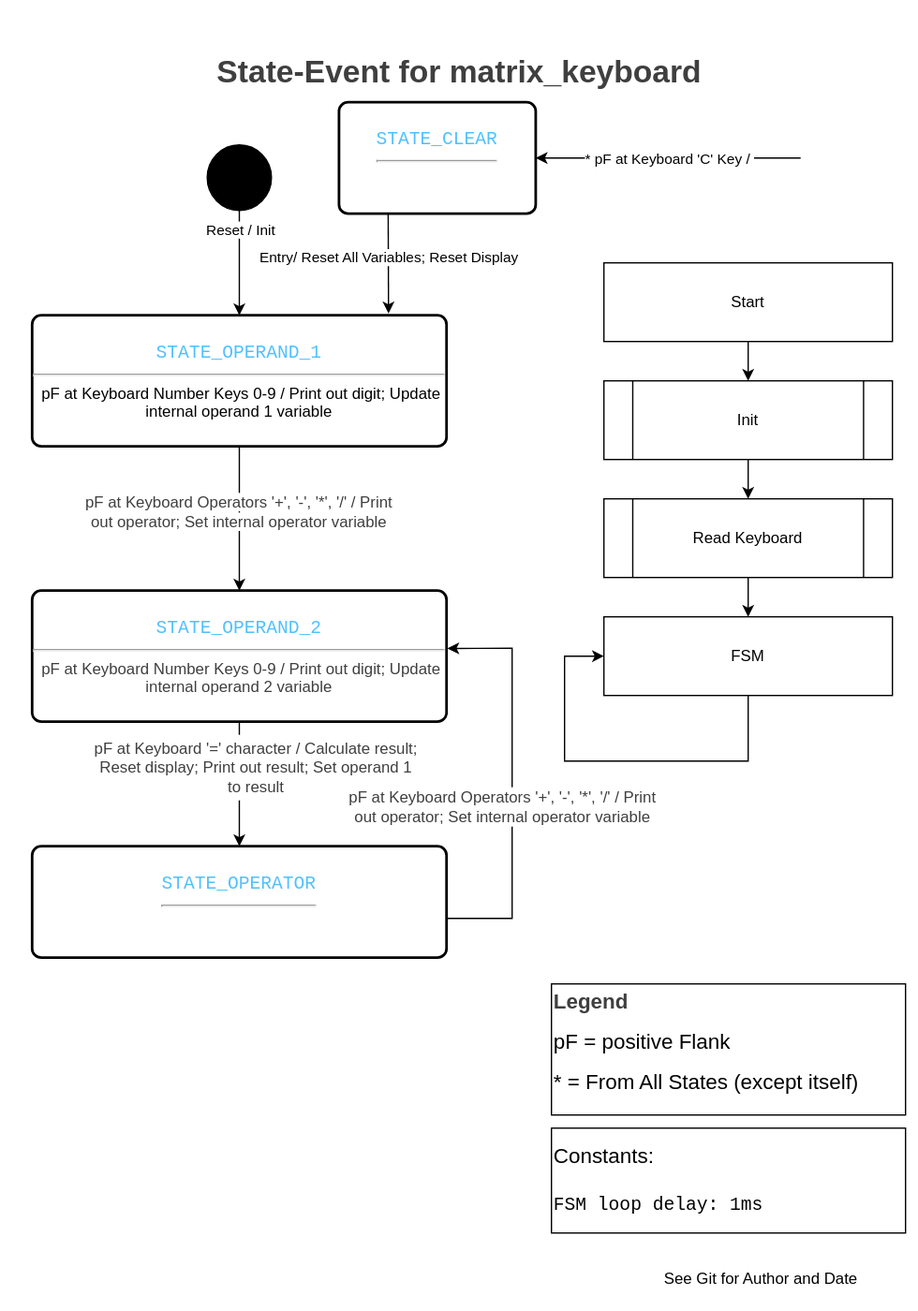
ml3rc/4x4-Matrix-Keyboard-Calculator keeps this draw.io diagram as readme/State-Event.svg. Above is the earlier version. Source tidied: cells renumbered, new cells last; positions are measured from the earlier drawing's top-left corner, leaving out a move shared by most shapes. Its diagram source:
```xml
<mxGraphModel background="#ffffff">
  <root>
    <mxCell id="0" />
    <mxCell id="1" parent="0" />
    <mxCell id="2" style="rounded=0;whiteSpace=wrap;html=1;strokeColor=none;" parent="1" vertex="1">
      <mxGeometry width="700" height="1000" as="geometry" />
    </mxCell>
    <mxCell id="3" value="&lt;h1 style=&quot;color: rgb(63, 63, 63); scrollbar-color: rgb(226, 226, 226) rgb(251, 251, 251); text-wrap-mode: nowrap;&quot;&gt;&lt;b style=&quot;color: rgb(63, 63, 63); scrollbar-color: rgb(226, 226, 226) rgb(251, 251, 251);&quot;&gt;State-Event for matrix_keyboard&lt;/b&gt;&lt;/h1&gt;" style="text;html=1;align=center;verticalAlign=middle;whiteSpace=wrap;rounded=0;" parent="1" vertex="1">
      <mxGeometry y="20" width="700" height="70" as="geometry" />
    </mxCell>
    <mxCell id="4" style="edgeStyle=orthogonalEdgeStyle;rounded=0;jettySize=auto;html=1;exitX=0.5;exitY=1;exitDx=0;exitDy=0;entryX=0.5;entryY=0;entryDx=0;entryDy=0;" parent="1" edge="1" source="10" target="7">
      <mxGeometry relative="1" as="geometry" />
    </mxCell>
    <mxCell id="5" value="&lt;font&gt;Reset / Init&lt;/font&gt;" style="edgeLabel;html=1;align=center;verticalAlign=middle;" parent="4" vertex="1">
      <mxGeometry x="0.3" relative="1" as="geometry">
        <mxPoint y="-38" as="offset" />
      </mxGeometry>
    </mxCell>
    <mxCell id="6" style="edgeStyle=orthogonalEdgeStyle;rounded=0;jettySize=auto;html=1;entryX=0.5;entryY=0;entryDx=0;entryDy=0;exitX=0.5;exitY=1;exitDx=0;exitDy=0;" parent="1" edge="1" source="7" target="22">
      <mxGeometry relative="1" as="geometry" />
    </mxCell>
    <mxCell id="7" value="&lt;div style=&quot;font-family: Consolas, &amp;quot;Courier New&amp;quot;, monospace; font-size: 14px; line-height: 19px; white-space: pre;&quot;&gt;&lt;span style=&quot;color: rgb(79, 193, 255);&quot;&gt;STATE_OPERAND_1&lt;/span&gt;&lt;/div&gt;&lt;hr&gt;&lt;font&gt;&amp;nbsp;pF at Keyboard Number Keys 0-9 / Print out digit; Update internal operand 1 variable&lt;/font&gt;" style="rounded=1;whiteSpace=wrap;html=1;absoluteArcSize=1;arcSize=14;strokeWidth=2;" parent="1" vertex="1">
      <mxGeometry x="24" y="240" width="316" height="100" as="geometry" />
    </mxCell>
    <mxCell id="8" value="&lt;h1&gt;&lt;br&gt;&lt;/h1&gt;" style="text;html=1;align=center;verticalAlign=middle;strokeColor=none;fillColor=none;" parent="1" vertex="1">
      <mxGeometry x="100" y="80" width="20" height="70" as="geometry" />
    </mxCell>
    <mxCell id="9" value="&lt;b style=&quot;font-size: medium; background-color: light-dark(#ffffff, var(--ge-dark-color, #121212)); color: rgb(63, 63, 63);&quot;&gt;Legend&lt;/b&gt;&lt;br&gt;&lt;p style=&quot;&quot;&gt;&lt;font style=&quot;background-color: light-dark(#ffffff, var(--ge-dark-color, #121212));&quot; size=&quot;3&quot;&gt;pF = positive Flank&lt;/font&gt;&lt;/p&gt;&lt;p style=&quot;&quot;&gt;&lt;font style=&quot;background-color: light-dark(#ffffff, var(--ge-dark-color, #121212));&quot; size=&quot;3&quot;&gt;* = From All States (except itself)&lt;/font&gt;&lt;/p&gt;" style="html=1;whiteSpace=wrap;align=left;" parent="1" vertex="1">
      <mxGeometry x="420" y="750" width="270" height="100" as="geometry" />
    </mxCell>
    <mxCell id="10" style="ellipse;fillColor=strokeColor;html=1;strokeColor=default;" parent="1" vertex="1">
      <mxGeometry x="157.5" y="110" width="49" height="50" as="geometry" />
    </mxCell>
    <mxCell id="11" value="&lt;div style=&quot;&quot;&gt;&lt;span style=&quot;font-size: medium; background-color: initial;&quot;&gt;&lt;font&gt;Constants:&lt;/font&gt;&lt;/span&gt;&lt;/div&gt;&lt;div style=&quot;&quot;&gt;&lt;div style=&quot;font-family: Consolas, &amp;quot;Courier New&amp;quot;, monospace; font-size: 14px; line-height: 19px; white-space: pre;&quot;&gt;&lt;div style=&quot;line-height: 19px;&quot;&gt;&lt;div style=&quot;&quot;&gt;&lt;span&gt;&lt;font&gt;&lt;br&gt;&lt;/font&gt;&lt;/span&gt;&lt;/div&gt;&lt;div style=&quot;&quot;&gt;FSM loop delay: 1ms&lt;/div&gt;&lt;/div&gt;&lt;/div&gt;&lt;/div&gt;" style="html=1;whiteSpace=wrap;align=left;" parent="1" vertex="1">
      <mxGeometry x="420" y="860" width="270" height="80" as="geometry" />
    </mxCell>
    <mxCell id="12" style="edgeStyle=orthogonalEdgeStyle;rounded=0;jettySize=auto;html=1;exitX=0.5;exitY=1;exitDx=0;exitDy=0;entryX=0.5;entryY=0;entryDx=0;entryDy=0;" parent="1" edge="1" source="13" target="15">
      <mxGeometry relative="1" as="geometry" />
    </mxCell>
    <mxCell id="13" value="&lt;font&gt;Start&lt;/font&gt;" style="rounded=0;whiteSpace=wrap;html=1;" parent="1" vertex="1">
      <mxGeometry x="460" y="200" width="220" height="60" as="geometry" />
    </mxCell>
    <mxCell id="14" style="edgeStyle=none;html=1;" parent="1" edge="1" source="15" target="20">
      <mxGeometry relative="1" as="geometry" />
    </mxCell>
    <mxCell id="15" value="&lt;font&gt;Init&lt;/font&gt;" style="shape=process;whiteSpace=wrap;html=1;backgroundOutline=1;" parent="1" vertex="1">
      <mxGeometry x="460" y="290" width="220" height="60" as="geometry" />
    </mxCell>
    <mxCell id="16" style="edgeStyle=none;html=1;exitX=0.5;exitY=1;exitDx=0;exitDy=0;rounded=0;curved=0;entryX=0;entryY=0.5;entryDx=0;entryDy=0;" parent="1" edge="1" source="17" target="17">
      <mxGeometry relative="1" as="geometry">
        <Array as="points">
          <mxPoint x="570" y="580" />
          <mxPoint x="430" y="580" />
          <mxPoint x="430" y="500" />
        </Array>
      </mxGeometry>
    </mxCell>
    <mxCell id="17" value="&lt;font&gt;FSM&lt;/font&gt;" style="rounded=0;whiteSpace=wrap;html=1;" parent="1" vertex="1">
      <mxGeometry x="460" y="470" width="220" height="60" as="geometry" />
    </mxCell>
    <mxCell id="18" value="See Git for Author and Date" style="text;html=1;align=center;verticalAlign=middle;whiteSpace=wrap;rounded=0;" parent="1" vertex="1">
      <mxGeometry x="480" y="960" width="200" height="30" as="geometry" />
    </mxCell>
    <mxCell id="19" style="edgeStyle=none;html=1;" parent="1" edge="1" source="20" target="17">
      <mxGeometry relative="1" as="geometry" />
    </mxCell>
    <mxCell id="20" value="&lt;font&gt;Read Keyboard&lt;/font&gt;" style="shape=process;whiteSpace=wrap;html=1;backgroundOutline=1;" parent="1" vertex="1">
      <mxGeometry x="460" y="380" width="220" height="60" as="geometry" />
    </mxCell>
    <mxCell id="21" style="edgeStyle=none;html=1;" parent="1" edge="1" source="22" target="25">
      <mxGeometry relative="1" as="geometry" />
    </mxCell>
    <mxCell id="22" value="&lt;div style=&quot;font-family: Consolas, &amp;quot;Courier New&amp;quot;, monospace; font-size: 14px; line-height: 19px; white-space: pre;&quot;&gt;&lt;span style=&quot;color: rgb(79, 193, 255);&quot;&gt;STATE_OPERAND_2&lt;/span&gt;&lt;/div&gt;&lt;hr&gt;&lt;font&gt;&amp;nbsp;&lt;/font&gt;&lt;span style=&quot;color: rgb(63, 63, 63);&quot;&gt;pF at Keyboard Number Keys 0-9 / Print out digit; Update internal operand 2 variable&lt;/span&gt;" style="rounded=1;whiteSpace=wrap;html=1;absoluteArcSize=1;arcSize=14;strokeWidth=2;" parent="1" vertex="1">
      <mxGeometry x="24" y="450" width="316" height="100" as="geometry" />
    </mxCell>
    <mxCell id="23" value="&lt;span style=&quot;font-family: monospace; font-size: 0px; text-align: start; background-color: rgb(251, 251, 251);&quot;&gt;%3CmxGraphModel%3E%3Croot%3E%3CmxCell%20id%3D%220%22%2F%3E%3CmxCell%20id%3D%221%22%20parent%3D%220%22%2F%3E%3CmxCell%20id%3D%222%22%20value%3D%22%26lt%3Bspan%26gt%3B%26lt%3Bspan%20style%3D%26quot%3Bfont-size%3A%2012px%3B%20text-wrap%3A%20wrap%3B%26quot%3B%26gt%3BpF%20at%26amp%3Bnbsp%3B%26lt%3B%2Fspan%26gt%3B%26lt%3Bspan%20style%3D%26quot%3Bcolor%3A%20rgb(86%2C%20156%2C%20214)%3B%20font-family%3A%20Consolas%2C%20%26amp%3Bquot%3BCourier%20New%26amp%3Bquot%3B%2C%20monospace%3B%20font-size%3A%2014px%3B%20white-space-collapse%3A%20preserve%3B%26quot%3B%26gt%3BB_DIRECTION_CLOCKWISE%26lt%3B%2Fspan%26gt%3B%26lt%3Bspan%20style%3D%26quot%3Bfont-size%3A%2012px%3B%20text-wrap%3A%20wrap%3B%26quot%3B%26gt%3B%2F%26lt%3B%2Fspan%26gt%3B%26lt%3B%2Fspan%26gt%3B%22%20style%3D%22edgeLabel%3Bhtml%3D1%3Balign%3Dcenter%3BverticalAlign%3Dmiddle%3Bresizable%3D0%3Bpoints%3D%5B%5D%3B%22%20vertex%3D%221%22%20connectable%3D%220%22%20parent%3D%221%22%3E%3CmxGeometry%20x%3D%22129.9999999999999%22%20y%3D%22387.8571428571429%22%20as%3D%22geometry%22%2F%3E%3C%2FmxCell%3E%3C%2Froot%3E%3C%2FmxGraphModel%3E&lt;/span&gt;" style="edgeLabel;html=1;align=center;verticalAlign=middle;" parent="1" vertex="1">
      <mxGeometry x="270" y="480" as="geometry" />
    </mxCell>
    <mxCell id="24" value="&lt;span style=&quot;color: rgb(63, 63, 63); background-color: rgb(255, 255, 255);&quot;&gt;pF at Keyboard Operators '+', '-', '*', '/' / Print out operator; Set internal operator variable&lt;/span&gt;" style="text;html=1;align=center;verticalAlign=middle;whiteSpace=wrap;rounded=0;" parent="1" vertex="1">
      <mxGeometry x="57" y="375" width="250" height="30" as="geometry" />
    </mxCell>
    <mxCell id="25" value="&lt;div style=&quot;font-family: Consolas, &amp;quot;Courier New&amp;quot;, monospace; font-size: 14px; line-height: 19px; white-space: pre;&quot;&gt;&lt;span style=&quot;color: rgb(79, 193, 255);&quot;&gt;STATE_OPERATOR&lt;/span&gt;&lt;/div&gt;&lt;hr&gt;&lt;font&gt;&amp;nbsp;&lt;/font&gt;" style="rounded=1;whiteSpace=wrap;html=1;absoluteArcSize=1;arcSize=14;strokeWidth=2;" parent="1" vertex="1">
      <mxGeometry x="24" y="645" width="316" height="85" as="geometry" />
    </mxCell>
    <mxCell id="26" value="&lt;span style=&quot;color: rgb(63, 63, 63);&quot;&gt;pF at Keyboard '=' character / Calculate result; Reset display; Print out result; Set operand 1 to result&lt;/span&gt;" style="text;html=1;align=center;verticalAlign=middle;whiteSpace=wrap;rounded=0;fillColor=default;" parent="1" vertex="1">
      <mxGeometry x="70" y="560" width="250" height="50" as="geometry" />
    </mxCell>
    <mxCell id="27" style="edgeStyle=none;html=1;entryX=1.002;entryY=0.441;entryDx=0;entryDy=0;entryPerimeter=0;rounded=0;curved=0;" parent="1" edge="1" target="22">
      <mxGeometry relative="1" as="geometry">
        <mxPoint x="340" y="700" as="sourcePoint" />
        <Array as="points">
          <mxPoint x="390" y="700" />
          <mxPoint x="390" y="494" />
        </Array>
      </mxGeometry>
    </mxCell>
    <mxCell id="28" value="&lt;span style=&quot;color: rgb(63, 63, 63); background-color: rgb(255, 255, 255);&quot;&gt;pF at Keyboard Operators '+', '-', '*', '/' / Print out operator; Set internal operator variable&lt;/span&gt;" style="text;html=1;align=center;verticalAlign=middle;whiteSpace=wrap;rounded=0;fillColor=default;" parent="1" vertex="1">
      <mxGeometry x="258" y="600" width="250" height="30" as="geometry" />
    </mxCell>
    <mxCell id="29" value="&lt;div style=&quot;font-family: Consolas, &amp;quot;Courier New&amp;quot;, monospace; font-size: 14px; line-height: 19px; white-space: pre;&quot;&gt;&lt;span style=&quot;color: rgb(79, 193, 255);&quot;&gt;STATE_CLEAR&lt;/span&gt;&lt;/div&gt;&lt;hr&gt;&lt;font&gt;&amp;nbsp;&lt;/font&gt;" style="rounded=1;whiteSpace=wrap;html=1;absoluteArcSize=1;arcSize=14;strokeWidth=2;" parent="1" vertex="1">
      <mxGeometry x="258" y="77.5" width="150" height="85" as="geometry" />
    </mxCell>
    <mxCell id="30" style="edgeStyle=none;html=1;exitX=0.25;exitY=1;exitDx=0;exitDy=0;entryX=0.86;entryY=-0.014;entryDx=0;entryDy=0;entryPerimeter=0;" parent="1" edge="1" source="29" target="7">
      <mxGeometry relative="1" as="geometry" />
    </mxCell>
    <mxCell id="31" value="Entry/ Reset All Variables; Reset Display" style="edgeLabel;html=1;align=center;verticalAlign=middle;" parent="30" vertex="1">
      <mxGeometry x="-0.14" relative="1" as="geometry" />
    </mxCell>
    <mxCell id="32" style="endArrow=classic;html=1;entryX=1;entryY=0.5;entryDx=0;entryDy=0;" parent="1" edge="1" target="29">
      <mxGeometry relative="1" as="geometry">
        <mxPoint x="610" y="120" as="sourcePoint" />
      </mxGeometry>
    </mxCell>
    <mxCell id="33" value="* pF at Keyboard 'C' Key /&amp;nbsp;" style="edgeLabel;html=1;align=center;verticalAlign=middle;" parent="32" vertex="1">
      <mxGeometry x="0.51" y="1" relative="1" as="geometry">
        <mxPoint x="51" y="-1" as="offset" />
      </mxGeometry>
    </mxCell>
  </root>
</mxGraphModel>
```
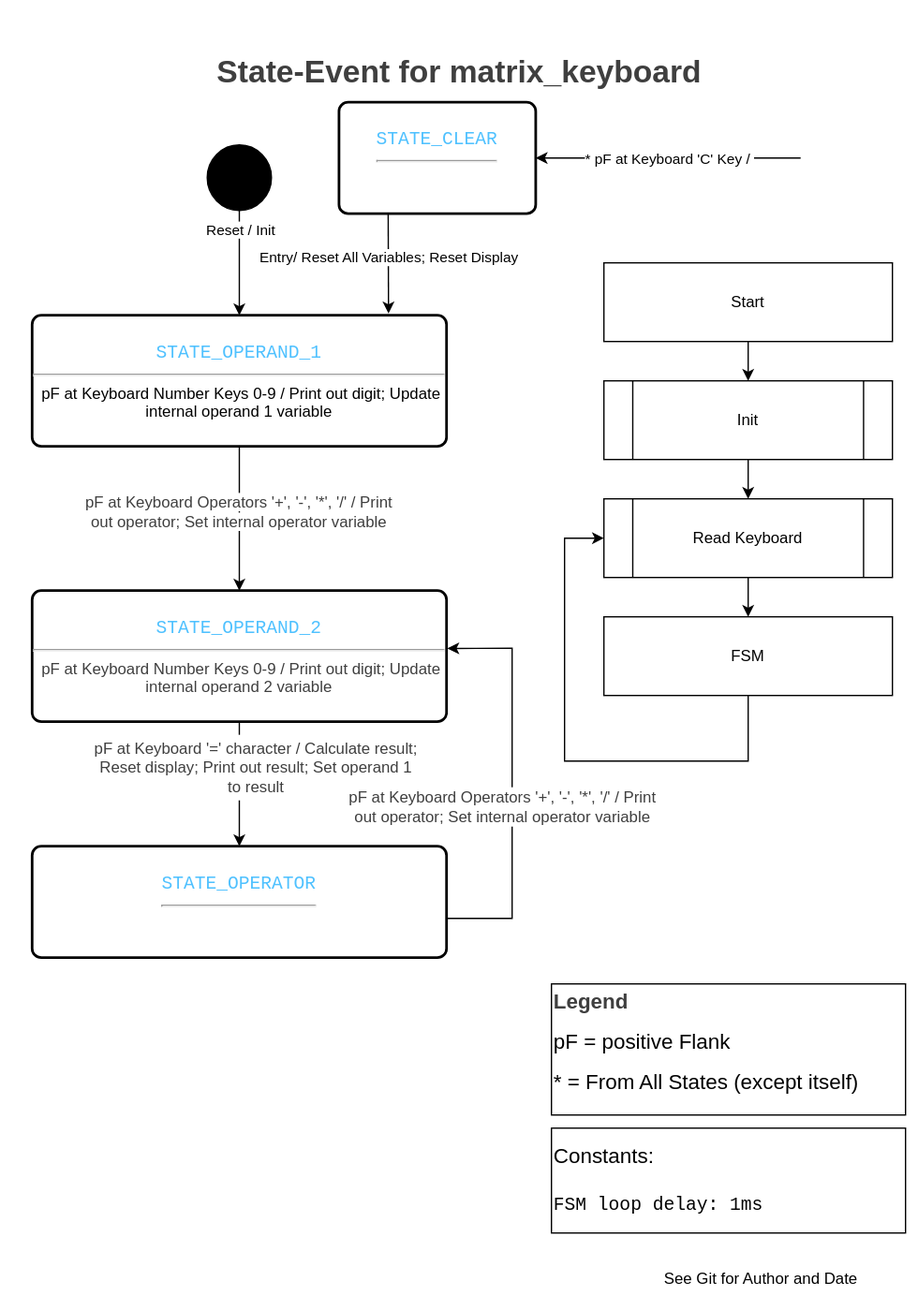
After the change.

The edit, as a diff of the source:
```diff
@@ -46,12 +46,12 @@
     <mxCell id="15" value="&lt;font&gt;Init&lt;/font&gt;" style="shape=process;whiteSpace=wrap;html=1;backgroundOutline=1;" parent="1" vertex="1">
       <mxGeometry x="460" y="290" width="220" height="60" as="geometry" />
     </mxCell>
-    <mxCell id="16" style="edgeStyle=none;html=1;exitX=0.5;exitY=1;exitDx=0;exitDy=0;rounded=0;curved=0;entryX=0;entryY=0.5;entryDx=0;entryDy=0;" parent="1" edge="1" source="17" target="17">
+    <mxCell id="16" style="edgeStyle=none;html=1;exitX=0.5;exitY=1;exitDx=0;exitDy=0;rounded=0;curved=0;entryX=0;entryY=0.5;entryDx=0;entryDy=0;" parent="1" edge="1" source="17" target="20">
       <mxGeometry relative="1" as="geometry">
         <Array as="points">
           <mxPoint x="570" y="580" />
           <mxPoint x="430" y="580" />
-          <mxPoint x="430" y="500" />
+          <mxPoint x="430" y="410" />
         </Array>
       </mxGeometry>
     </mxCell>
```
